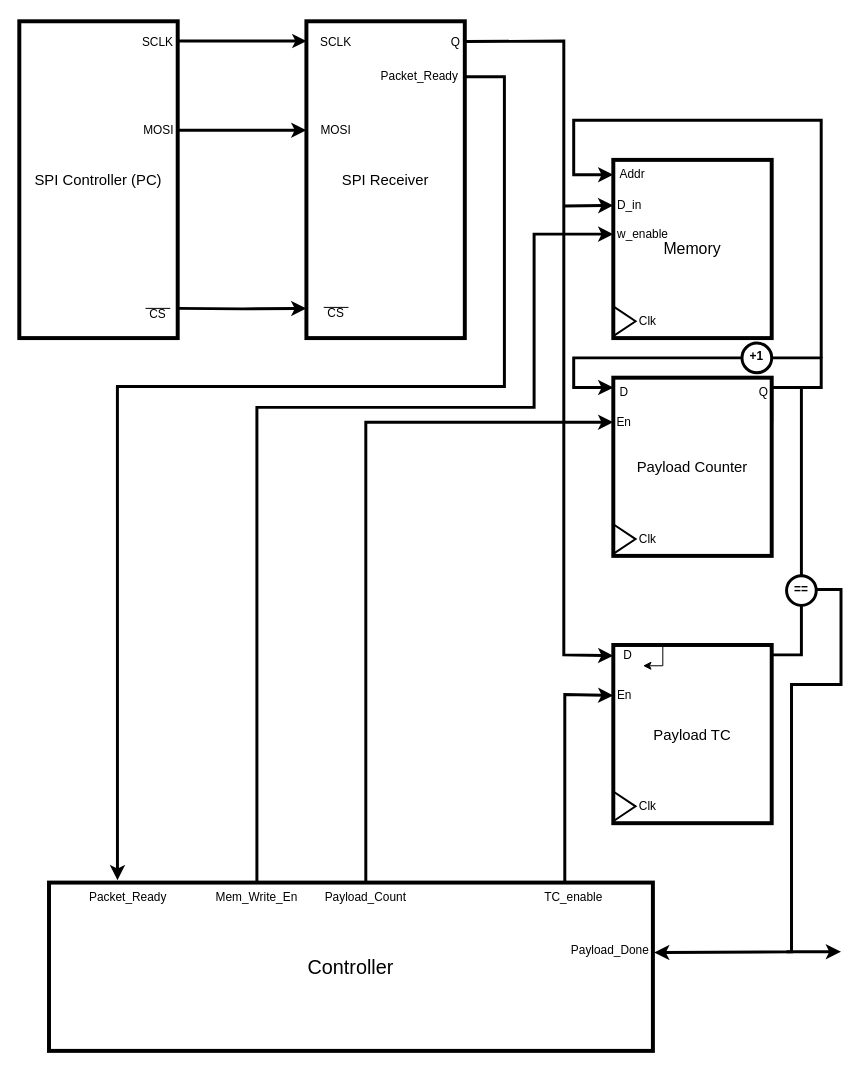
Earlier version of the draw.io diagram docs/schematics/RiSC_RTL.drawio (adityab7106/RiSC-16). Source tidied: cells renumbered, new cells numbered last; positions are measured from the earlier drawing's top-left corner, leaving out a move shared by most shapes. Both pictures are drawn from the tidied source at 99%, with x=0, y=0 at pixel (19, 21).
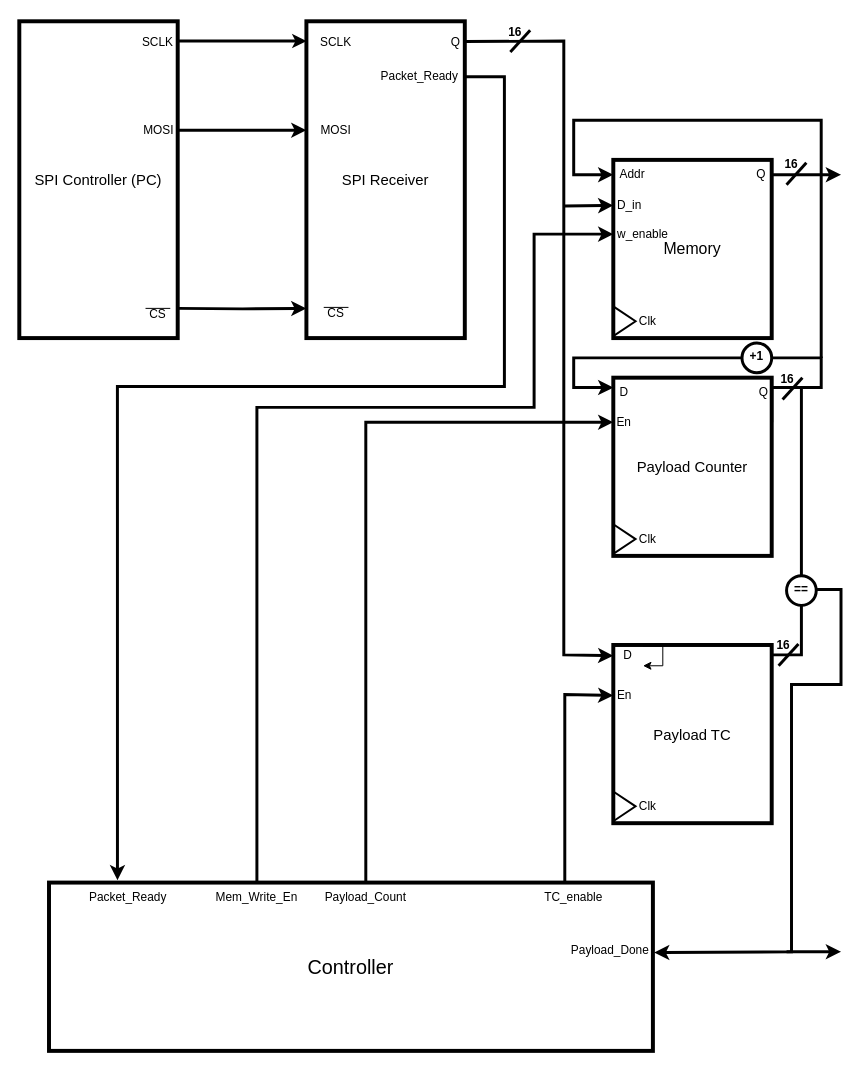
The same diagram, later.

Commit message (it also covers changes not shown here):
Bootloader RTL Updates

Added bus widths to RTL diagram for bootloader, and marked the bus coming out of the memory module.

The change refers to these unchanged cells:
```xml
<mxCell id="18" style="group;" parent="1" vertex="1">
  <mxGeometry x="590" y="140" width="170" height="180" as="geometry" />
</mxCell>
```

What changed in the source:
```diff
@@
+    <mxCell id="61" style="edgeStyle=orthogonalEdgeStyle;rounded=0;jettySize=auto;html=1;fontFamily=Helvetica;fontSize=12;fontColor=default;strokeWidth=3;" parent="18" edge="1" source="62">
+      <mxGeometry relative="1" as="geometry">
+        <mxPoint x="240" y="15" as="targetPoint" />
+      </mxGeometry>
+    </mxCell>
+    <mxCell id="62" value="Q" style="text;html=1;whiteSpace=wrap;strokeColor=none;fillColor=none;align=center;verticalAlign=middle;rounded=0;" parent="18" vertex="1">
+      <mxGeometry x="147.5" width="22.5" height="30" as="geometry" />
+    </mxCell>
@@
+    <mxCell id="63" style="group;" parent="1" vertex="1">
+      <mxGeometry x="471" y="-4" width="60" height="35" as="geometry" />
+    </mxCell>
+    <mxCell id="64" style="endArrow=none;html=1;rounded=0;fontFamily=Helvetica;fontSize=12;fontColor=default;strokeWidth=3;" parent="63" edge="1">
+      <mxGeometry relative="1" as="geometry">
+        <mxPoint x="25" y="35" as="sourcePoint" />
+        <mxPoint x="45" y="13" as="targetPoint" />
+      </mxGeometry>
+    </mxCell>
+    <mxCell id="65" value="16" style="text;html=1;whiteSpace=wrap;strokeColor=none;fillColor=none;align=center;verticalAlign=middle;rounded=0;fontStyle=1;" parent="63" vertex="1">
+      <mxGeometry width="60" height="30" as="geometry" />
+    </mxCell>
+    <mxCell id="66" style="group;" parent="1" vertex="1">
+      <mxGeometry x="750" y="130" width="60" height="35" as="geometry" />
+    </mxCell>
+    <mxCell id="67" style="endArrow=none;html=1;rounded=0;fontFamily=Helvetica;fontSize=12;fontColor=default;strokeWidth=3;" parent="66" edge="1">
+      <mxGeometry relative="1" as="geometry">
+        <mxPoint x="25" y="35" as="sourcePoint" />
+        <mxPoint x="45" y="13" as="targetPoint" />
+      </mxGeometry>
+    </mxCell>
+    <mxCell id="68" value="16" style="text;html=1;whiteSpace=wrap;strokeColor=none;fillColor=none;align=center;verticalAlign=middle;rounded=0;fontStyle=1;" parent="66" vertex="1">
+      <mxGeometry width="60" height="30" as="geometry" />
+    </mxCell>
+    <mxCell id="69" style="group;" parent="1" vertex="1">
+      <mxGeometry x="746" y="347" width="60" height="35" as="geometry" />
+    </mxCell>
+    <mxCell id="70" style="endArrow=none;html=1;rounded=0;fontFamily=Helvetica;fontSize=12;fontColor=default;strokeWidth=3;" parent="69" edge="1">
+      <mxGeometry relative="1" as="geometry">
+        <mxPoint x="25" y="35" as="sourcePoint" />
+        <mxPoint x="45" y="13" as="targetPoint" />
+      </mxGeometry>
+    </mxCell>
+    <mxCell id="71" value="16" style="text;html=1;whiteSpace=wrap;strokeColor=none;fillColor=none;align=center;verticalAlign=middle;rounded=0;fontStyle=1;" parent="69" vertex="1">
+      <mxGeometry width="60" height="30" as="geometry" />
+    </mxCell>
+    <mxCell id="72" style="group;" parent="1" vertex="1">
+      <mxGeometry x="742" y="616" width="60" height="35" as="geometry" />
+    </mxCell>
+    <mxCell id="73" style="endArrow=none;html=1;rounded=0;fontFamily=Helvetica;fontSize=12;fontColor=default;strokeWidth=3;" parent="72" edge="1">
+      <mxGeometry relative="1" as="geometry">
+        <mxPoint x="25" y="35" as="sourcePoint" />
+        <mxPoint x="45" y="13" as="targetPoint" />
+      </mxGeometry>
+    </mxCell>
+    <mxCell id="74" value="16" style="text;html=1;whiteSpace=wrap;strokeColor=none;fillColor=none;align=center;verticalAlign=middle;rounded=0;fontStyle=1;" parent="72" vertex="1">
+      <mxGeometry width="60" height="30" as="geometry" />
+    </mxCell>
```
